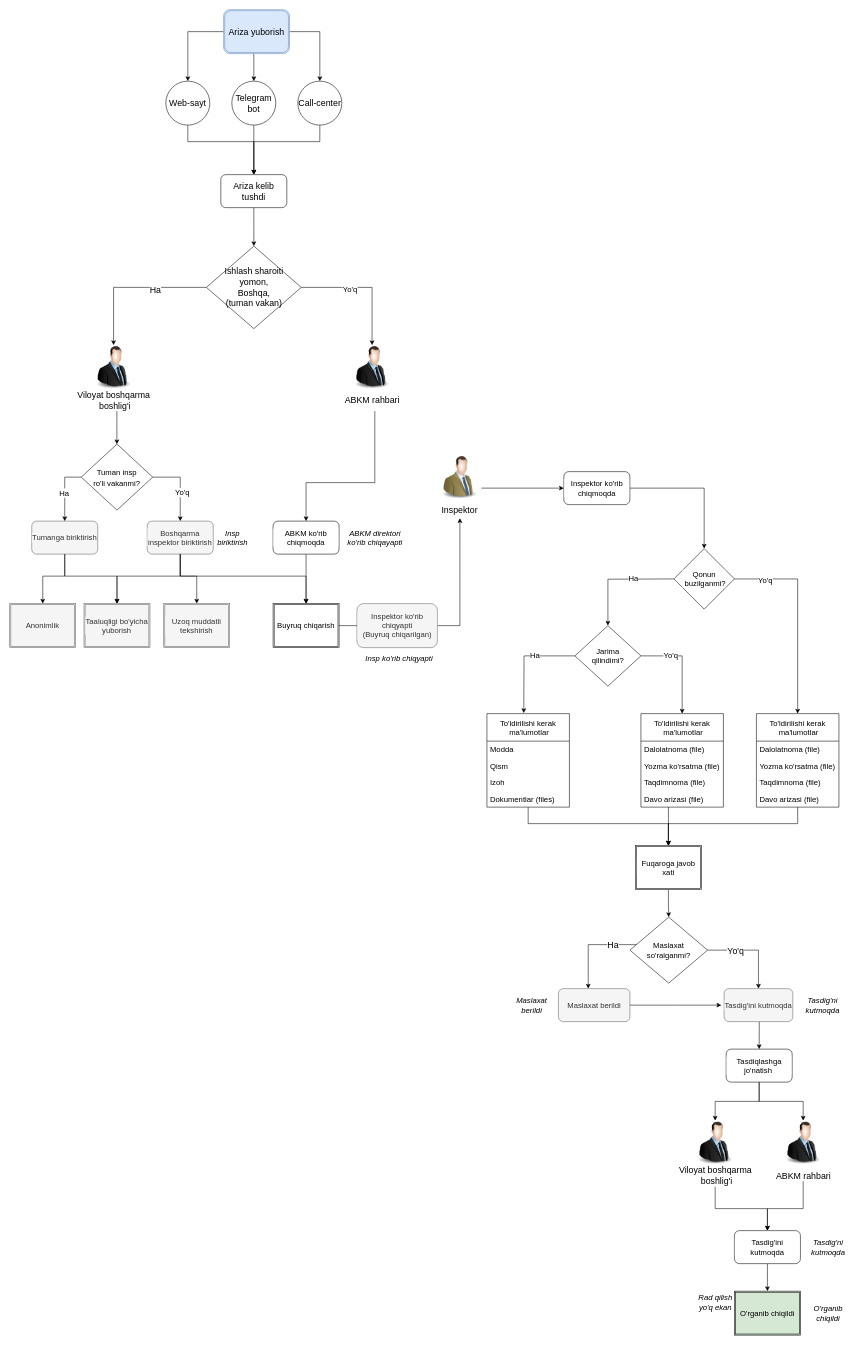
Above: diagrams/Untitled Diagram.drawio in Zarinabonu/D-mi (draw.io), before the change. Source tidied: cells renumbered, new cells numbered last; positions are measured from the earlier drawing's top-left corner, leaving out a move shared by most shapes. Both pictures are drawn from the tidied source at 55%, with x=0, y=0 at pixel (9, 9).
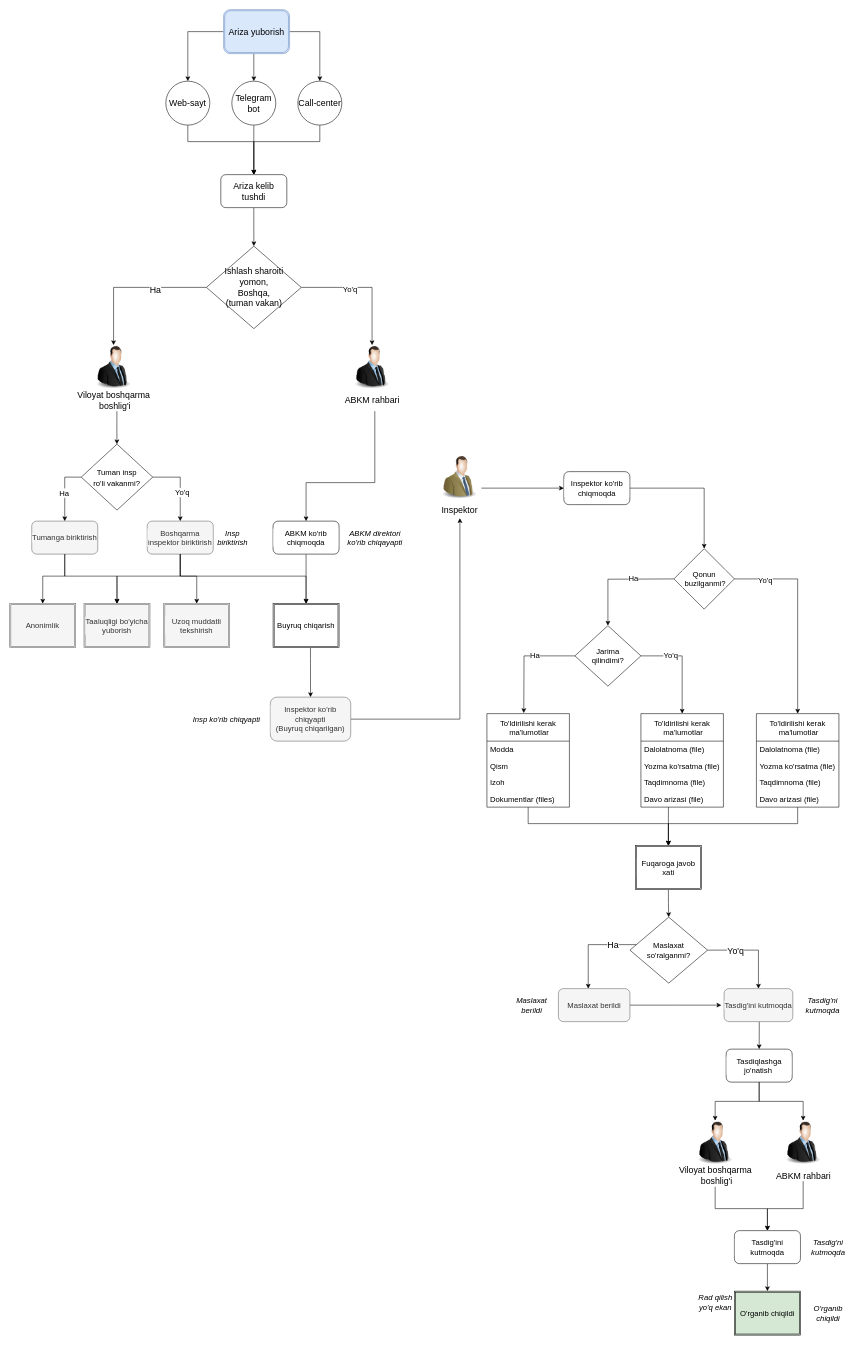
The same page after the edit.

The change refers to these unchanged cells:
```xml
<mxCell id="41" value="&lt;font style=&quot;font-size: 14px;&quot;&gt;Buyruq chiqarish&lt;/font&gt;" style="shape=ext;double=1;rounded=0;whiteSpace=wrap;html=1;labelBackgroundColor=default;fontSize=12;strokeColor=default;fillColor=default;fontColor=default;" parent="1" vertex="1">
  <mxGeometry x="479" y="1080" width="120" height="80" as="geometry" />
</mxCell>
<mxCell id="88" value="Inspektor" style="text;html=1;align=center;verticalAlign=middle;points=[];strokeColor=none;fillColor=none;fontSize=16;fontColor=default;labelBackgroundColor=default;" parent="86" vertex="1">
  <mxGeometry x="10" y="90" width="80" height="20" as="geometry" />
</mxCell>
```

Change to the diagram source:
```diff
@@
-    <mxCell id="40" style="edgeStyle=orthogonalEdgeStyle;rounded=0;jettySize=auto;html=1;entryX=0;entryY=0.5;entryDx=0;entryDy=0;labelBackgroundColor=default;fontSize=14;fontColor=default;strokeColor=default;fillColor=default;" parent="1" edge="1" source="41">
-      <mxGeometry relative="1" as="geometry">
-        <mxPoint x="690.2" y="1120" as="targetPoint" />
-      </mxGeometry>
-    </mxCell>
+    <mxCell id="116" style="edgeStyle=orthogonalEdgeStyle;rounded=0;jettySize=auto;html=1;entryX=0.5;entryY=0;entryDx=0;entryDy=0;labelBackgroundColor=default;fontSize=16;fontColor=default;strokeColor=default;fillColor=default;" parent="1" edge="1" source="41" target="99">
+      <mxGeometry relative="1" as="geometry">
+        <Array as="points">
+          <mxPoint x="547" y="1180" />
+          <mxPoint x="547" y="1180" />
+        </Array>
+      </mxGeometry>
+    </mxCell>
@@
     <mxCell id="98" style="edgeStyle=orthogonalEdgeStyle;rounded=0;jettySize=auto;html=1;entryX=0.511;entryY=1.229;entryDx=0;entryDy=0;entryPerimeter=0;labelBackgroundColor=default;fontSize=14;fontColor=default;strokeColor=default;fillColor=default;" parent="1" edge="1" source="99" target="88">
       <mxGeometry relative="1" as="geometry">
         <Array as="points">
-          <mxPoint x="819" y="1120" />
+          <mxPoint x="819" y="1290" />
         </Array>
       </mxGeometry>
     </mxCell>
     <mxCell id="99" value="Inspektor ko'rib chiqyapti&lt;br&gt;(Buyruq chiqarilgan)" style="rounded=1;whiteSpace=wrap;html=1;labelBackgroundColor=#F5F5F5;fontSize=14;fontColor=#333333;strokeColor=#666666;fillColor=#F5F5F5;" parent="1" vertex="1">
-      <mxGeometry x="631.5" y="1080" width="146.2" height="80" as="geometry" />
+      <mxGeometry x="474" y="1250" width="146.2" height="80" as="geometry" />
     </mxCell>
@@
     <mxCell id="111" value="&lt;i&gt;Insp ko'rib chiqyapti&lt;/i&gt;" style="text;html=1;align=center;verticalAlign=middle;strokeColor=none;fillColor=default;fontSize=14;fontColor=default;labelBackgroundColor=default;" parent="1" vertex="1">
-      <mxGeometry x="637.8" y="1170" width="140" height="20" as="geometry" />
+      <mxGeometry x="324" y="1280" width="140" height="20" as="geometry" />
     </mxCell>
```
